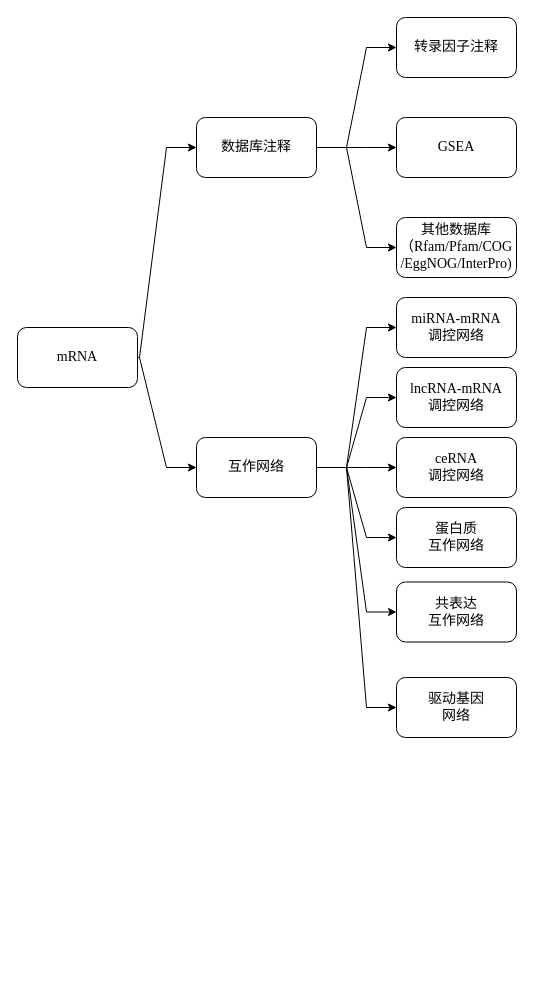
Above: page "mRNA分析" (2 of 4) of RNA-seq常规分析流程.drawio in gnilihzeux/Bioinformatics_Pipeline (draw.io), before the change. Source tidied: cells renumbered, new cells numbered last; positions are measured from the earlier drawing's top-left corner, leaving out a move shared by most shapes. Both pictures are drawn from the tidied source at 100%, with x=0, y=0 at pixel (17, 17).
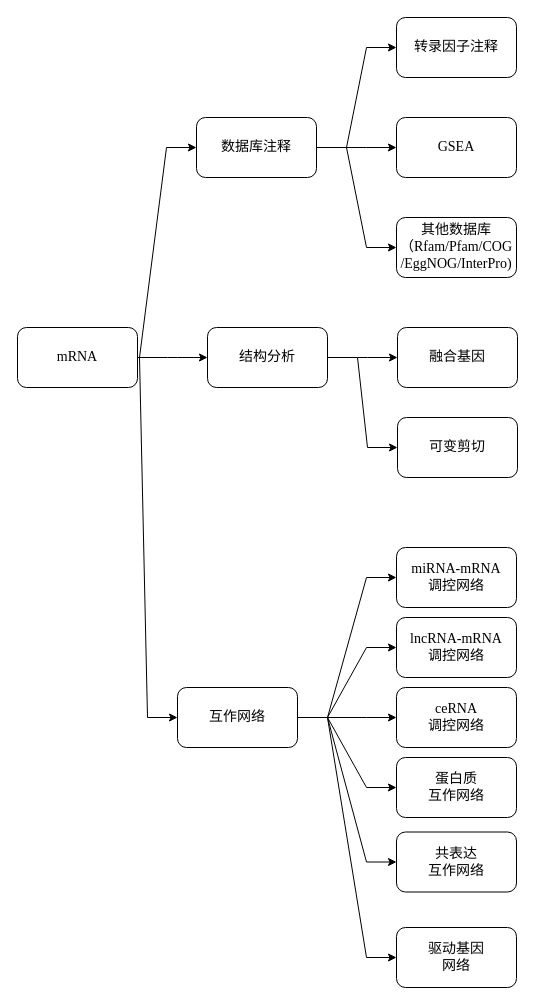
After the change.

Unchanged cells that the change refers to:
```xml
<mxCell id="4" value="mRNA" style="rounded=1;whiteSpace=wrap;html=1;fontFamily=Times New Roman;fontSize=14;fontColor=default;" parent="1" vertex="1">
  <mxGeometry y="310" width="120" height="60" as="geometry" />
</mxCell>
```

Change to the diagram source:
```diff
@@
+    <mxCell id="25" style="edgeStyle=entityRelationEdgeStyle;shape=connector;rounded=0;jumpStyle=none;jumpSize=6;jettySize=auto;html=1;labelBackgroundColor=default;fontFamily=Times New Roman;fontSize=14;fontColor=default;endArrow=classic;endSize=6;targetPerimeterSpacing=0;strokeColor=default;" parent="1" edge="1" source="4" target="28">
+      <mxGeometry relative="1" as="geometry" />
+    </mxCell>
@@
     <mxCell id="15" value="互作网络" style="whiteSpace=wrap;html=1;fontSize=14;fontFamily=Times New Roman;rounded=1;" parent="1" vertex="1">
-      <mxGeometry x="179" y="420" width="120" height="60" as="geometry" />
+      <mxGeometry x="160" y="670" width="120" height="60" as="geometry" />
     </mxCell>
@@
     <mxCell id="19" value="miRNA-mRNA&lt;br&gt;调控网络" style="whiteSpace=wrap;html=1;fontSize=14;fontFamily=Times New Roman;rounded=1;" parent="1" vertex="1">
-      <mxGeometry x="379" y="280" width="120" height="60" as="geometry" />
+      <mxGeometry x="379" y="530" width="120" height="60" as="geometry" />
     </mxCell>
     <mxCell id="20" value="lncRNA-mRNA&lt;br&gt;调控网络" style="whiteSpace=wrap;html=1;fontSize=14;fontFamily=Times New Roman;rounded=1;" parent="1" vertex="1">
-      <mxGeometry x="379" y="350" width="120" height="60" as="geometry" />
+      <mxGeometry x="379" y="600" width="120" height="60" as="geometry" />
     </mxCell>
     <mxCell id="21" value="蛋白质&lt;br&gt;互作网络" style="whiteSpace=wrap;html=1;fontSize=14;fontFamily=Times New Roman;rounded=1;" parent="1" vertex="1">
-      <mxGeometry x="379" y="490" width="120" height="60" as="geometry" />
+      <mxGeometry x="379" y="740" width="120" height="60" as="geometry" />
     </mxCell>
     <mxCell id="22" value="共表达&lt;br&gt;互作网络" style="whiteSpace=wrap;html=1;fontSize=14;fontFamily=Times New Roman;rounded=1;" parent="1" vertex="1">
-      <mxGeometry x="379" y="564.5" width="120" height="60" as="geometry" />
+      <mxGeometry x="379" y="814.5" width="120" height="60" as="geometry" />
     </mxCell>
     <mxCell id="23" value="ceRNA&lt;br&gt;调控网络" style="whiteSpace=wrap;html=1;fontSize=14;fontFamily=Times New Roman;rounded=1;" parent="1" vertex="1">
-      <mxGeometry x="379" y="420" width="120" height="60" as="geometry" />
+      <mxGeometry x="379" y="670" width="120" height="60" as="geometry" />
     </mxCell>
     <mxCell id="24" value="驱动基因&lt;br&gt;网络" style="whiteSpace=wrap;html=1;fontSize=14;fontFamily=Times New Roman;rounded=1;" parent="1" vertex="1">
-      <mxGeometry x="379" y="660" width="120" height="60" as="geometry" />
+      <mxGeometry x="379" y="910" width="120" height="60" as="geometry" />
     </mxCell>
+    <mxCell id="26" style="edgeStyle=entityRelationEdgeStyle;shape=connector;rounded=0;jumpStyle=none;jumpSize=6;jettySize=auto;html=1;labelBackgroundColor=default;fontFamily=Times New Roman;fontSize=14;fontColor=default;endArrow=classic;endSize=6;targetPerimeterSpacing=0;strokeColor=default;" parent="1" edge="1" source="28" target="29">
+      <mxGeometry relative="1" as="geometry" />
+    </mxCell>
+    <mxCell id="27" style="edgeStyle=entityRelationEdgeStyle;shape=connector;rounded=0;jumpStyle=none;jumpSize=6;jettySize=auto;html=1;labelBackgroundColor=default;fontFamily=Times New Roman;fontSize=14;fontColor=default;endArrow=classic;endSize=6;targetPerimeterSpacing=0;strokeColor=default;" parent="1" edge="1" source="28" target="30">
+      <mxGeometry relative="1" as="geometry" />
+    </mxCell>
+    <mxCell id="28" value="结构分析" style="whiteSpace=wrap;html=1;fontSize=14;fontFamily=Times New Roman;rounded=1;" parent="1" vertex="1">
+      <mxGeometry x="190" y="310" width="120" height="60" as="geometry" />
+    </mxCell>
+    <mxCell id="29" value="融合基因" style="whiteSpace=wrap;html=1;fontSize=14;fontFamily=Times New Roman;rounded=1;" parent="1" vertex="1">
+      <mxGeometry x="380" y="310" width="120" height="60" as="geometry" />
+    </mxCell>
+    <mxCell id="30" value="可变剪切" style="whiteSpace=wrap;html=1;fontSize=14;fontFamily=Times New Roman;rounded=1;" parent="1" vertex="1">
+      <mxGeometry x="380" y="400" width="120" height="60" as="geometry" />
+    </mxCell>
```
